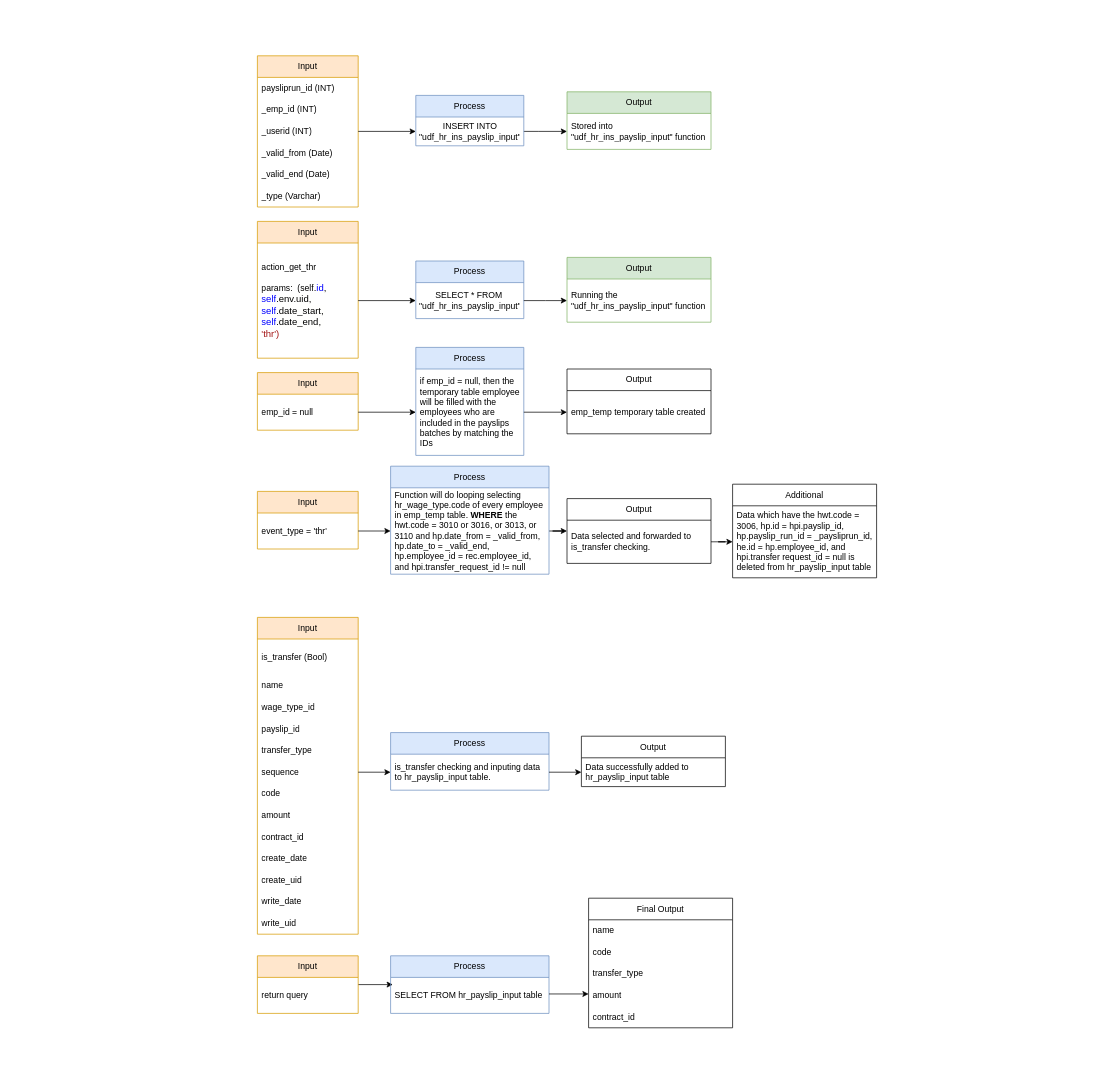
Above: IO payroll.drawio in jezreelkosasih/diagram (draw.io), before the change. Source tidied: cells renumbered, new cells numbered last; positions are measured from the earlier drawing's top-left corner, leaving out a move shared by most shapes. Both pictures are drawn from the tidied source at 72%, with x=0, y=0 at pixel (257, 55).
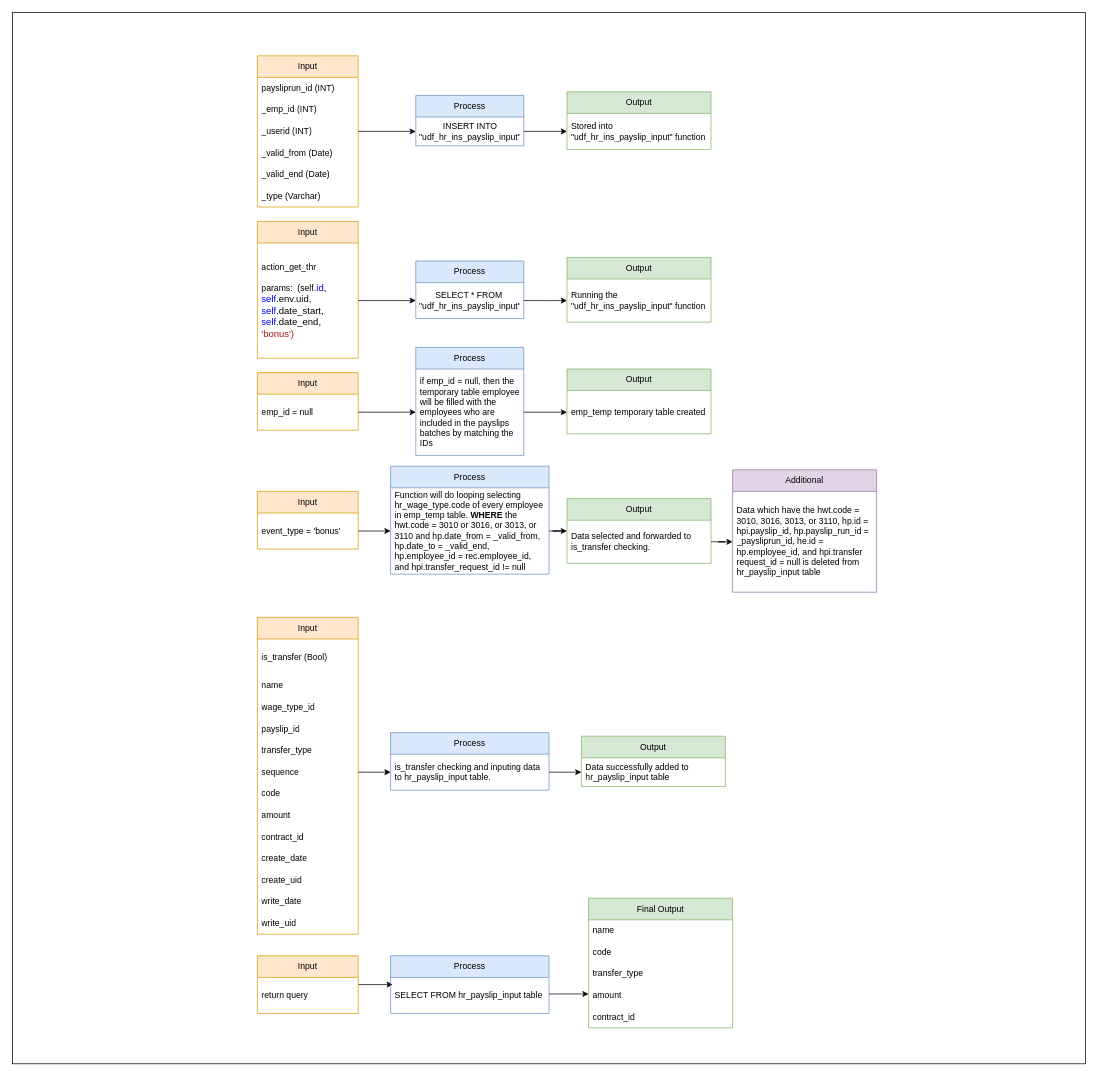
The same page after the edit.

Unchanged cells that the change refers to:
```xml
<mxCell id="14" value="Input" style="swimlane;fontStyle=0;horizontal=1;startSize=30;whiteSpace=wrap;html=1;fillColor=#ffe6cc;strokeColor=#d79b00;" parent="1" vertex="1">
  <mxGeometry y="230" width="140" height="190" as="geometry" />
</mxCell>
<mxCell id="29" value="Input" style="swimlane;fontStyle=0;horizontal=1;startSize=30;whiteSpace=wrap;html=1;fillColor=#ffe6cc;strokeColor=#d79b00;" parent="1" vertex="1">
  <mxGeometry y="605" width="140" height="80" as="geometry" />
</mxCell>
```

Change to the diagram source:
```diff
@@
-    <mxCell id="15" value="action_get_thr&lt;br&gt;&lt;br&gt;params:&amp;nbsp; (self&lt;span style=&quot;background-color: rgb(255, 255, 254); font-size: 13.2px;&quot;&gt;.&lt;/span&gt;&lt;span style=&quot;font-size: 13.2px; color: rgb(0, 0, 255);&quot;&gt;id&lt;/span&gt;&lt;span style=&quot;background-color: rgb(255, 255, 254); font-size: 13.2px;&quot;&gt;,&amp;nbsp;&lt;br&gt;&lt;/span&gt;&lt;span style=&quot;font-size: 13.2px; color: rgb(0, 0, 255);&quot;&gt;self&lt;/span&gt;&lt;span style=&quot;background-color: rgb(255, 255, 254); font-size: 13.2px;&quot;&gt;.env.uid,&amp;nbsp;&lt;br&gt;&lt;/span&gt;&lt;span style=&quot;font-size: 13.2px; color: rgb(0, 0, 255);&quot;&gt;self&lt;/span&gt;&lt;span style=&quot;background-color: rgb(255, 255, 254); font-size: 13.2px;&quot;&gt;.date_start,&amp;nbsp;&lt;br&gt;&lt;/span&gt;&lt;span style=&quot;font-size: 13.2px; color: rgb(0, 0, 255);&quot;&gt;self&lt;/span&gt;&lt;span style=&quot;background-color: rgb(255, 255, 254); font-size: 13.2px;&quot;&gt;.date_end,&amp;nbsp;&lt;br&gt;&lt;/span&gt;&lt;span style=&quot;font-size: 13.2px; color: rgb(163, 21, 21);&quot;&gt;'thr')&lt;/span&gt;" style="text;strokeColor=none;fillColor=none;align=left;verticalAlign=middle;spacingLeft=4;spacingRight=4;overflow=hidden;points=[[0,0.5],[1,0.5]];portConstraint=eastwest;whiteSpace=wrap;html=1;" parent="14" vertex="1">
+    <mxCell id="15" value="action_get_thr&lt;br&gt;&lt;br&gt;params:&amp;nbsp; (self&lt;span style=&quot;background-color: rgb(255, 255, 254); font-size: 13.2px;&quot;&gt;.&lt;/span&gt;&lt;span style=&quot;font-size: 13.2px; color: rgb(0, 0, 255);&quot;&gt;id&lt;/span&gt;&lt;span style=&quot;background-color: rgb(255, 255, 254); font-size: 13.2px;&quot;&gt;,&amp;nbsp;&lt;br&gt;&lt;/span&gt;&lt;span style=&quot;font-size: 13.2px; color: rgb(0, 0, 255);&quot;&gt;self&lt;/span&gt;&lt;span style=&quot;background-color: rgb(255, 255, 254); font-size: 13.2px;&quot;&gt;.env.uid,&amp;nbsp;&lt;br&gt;&lt;/span&gt;&lt;span style=&quot;font-size: 13.2px; color: rgb(0, 0, 255);&quot;&gt;self&lt;/span&gt;&lt;span style=&quot;background-color: rgb(255, 255, 254); font-size: 13.2px;&quot;&gt;.date_start,&amp;nbsp;&lt;br&gt;&lt;/span&gt;&lt;span style=&quot;font-size: 13.2px; color: rgb(0, 0, 255);&quot;&gt;self&lt;/span&gt;&lt;span style=&quot;background-color: rgb(255, 255, 254); font-size: 13.2px;&quot;&gt;.date_end,&amp;nbsp;&lt;br&gt;&lt;/span&gt;&lt;span style=&quot;font-size: 13.2px; color: rgb(163, 21, 21);&quot;&gt;'bonus')&lt;/span&gt;" style="text;strokeColor=none;fillColor=none;align=left;verticalAlign=middle;spacingLeft=4;spacingRight=4;overflow=hidden;points=[[0,0.5],[1,0.5]];portConstraint=eastwest;whiteSpace=wrap;html=1;" parent="14" vertex="1">
       <mxGeometry y="30" width="140" height="160" as="geometry" />
     </mxCell>
@@
-    <mxCell id="25" value="Output" style="swimlane;fontStyle=0;horizontal=1;startSize=30;whiteSpace=wrap;html=1;" parent="1" vertex="1">
+    <mxCell id="25" value="Output" style="swimlane;fontStyle=0;horizontal=1;startSize=30;whiteSpace=wrap;html=1;fillColor=#d5e8d4;strokeColor=#82b366;" parent="1" vertex="1">
       <mxGeometry x="430" y="435" width="200" height="90" as="geometry" />
     </mxCell>
@@
-    <mxCell id="30" value="event_type = 'thr'" style="text;strokeColor=none;fillColor=none;align=left;verticalAlign=middle;spacingLeft=4;spacingRight=4;overflow=hidden;points=[[0,0.5],[1,0.5]];portConstraint=eastwest;whiteSpace=wrap;html=1;" parent="29" vertex="1">
+    <mxCell id="30" value="event_type = 'bonus'" style="text;strokeColor=none;fillColor=none;align=left;verticalAlign=middle;spacingLeft=4;spacingRight=4;overflow=hidden;points=[[0,0.5],[1,0.5]];portConstraint=eastwest;whiteSpace=wrap;html=1;" parent="29" vertex="1">
       <mxGeometry y="30" width="140" height="50" as="geometry" />
     </mxCell>
@@
-    <mxCell id="32" value="Output" style="swimlane;fontStyle=0;horizontal=1;startSize=30;whiteSpace=wrap;html=1;" parent="1" vertex="1">
+    <mxCell id="32" value="Output" style="swimlane;fontStyle=0;horizontal=1;startSize=30;whiteSpace=wrap;html=1;fillColor=#d5e8d4;strokeColor=#82b366;" parent="1" vertex="1">
       <mxGeometry x="430" y="615" width="200" height="90" as="geometry" />
     </mxCell>
@@
-    <mxCell id="36" value="Additional" style="swimlane;fontStyle=0;horizontal=1;startSize=30;whiteSpace=wrap;html=1;" parent="1" vertex="1">
-      <mxGeometry x="660" y="595" width="200" height="130" as="geometry" />
+    <mxCell id="36" value="Additional" style="swimlane;fontStyle=0;horizontal=1;startSize=30;whiteSpace=wrap;html=1;fillColor=#e1d5e7;strokeColor=#9673a6;" parent="1" vertex="1">
+      <mxGeometry x="660" y="575" width="200" height="170" as="geometry" />
     </mxCell>
-    <mxCell id="37" value="Data which have the hwt.code = 3006, hp.id = hpi.payslip_id, hp.payslip_run_id = _paysliprun_id, he.id = hp.employee_id, and hpi.transfer request_id = null is deleted from hr_payslip_input table" style="text;strokeColor=none;fillColor=none;align=left;verticalAlign=middle;spacingLeft=4;spacingRight=4;overflow=hidden;points=[[0,0.5],[1,0.5]];portConstraint=eastwest;whiteSpace=wrap;html=1;" parent="36" vertex="1">
-      <mxGeometry y="30" width="200" height="100" as="geometry" />
+    <mxCell id="37" value="Data which have the hwt.code = 3010, 3016, 3013, or 3110, hp.id = hpi.payslip_id, hp.payslip_run_id = _paysliprun_id, he.id = hp.employee_id, and hpi.transfer request_id = null is deleted from hr_payslip_input table" style="text;strokeColor=none;fillColor=none;align=left;verticalAlign=middle;spacingLeft=4;spacingRight=4;overflow=hidden;points=[[0,0.5],[1,0.5]];portConstraint=eastwest;whiteSpace=wrap;html=1;" parent="36" vertex="1">
+      <mxGeometry y="30" width="200" height="140" as="geometry" />
     </mxCell>
@@
-    <mxCell id="52" value="Output" style="swimlane;fontStyle=0;horizontal=1;startSize=30;whiteSpace=wrap;html=1;" parent="1" vertex="1">
+    <mxCell id="52" value="Output" style="swimlane;fontStyle=0;horizontal=1;startSize=30;whiteSpace=wrap;html=1;fillColor=#d5e8d4;strokeColor=#82b366;" parent="1" vertex="1">
       <mxGeometry x="450" y="945" width="200" height="70" as="geometry" />
     </mxCell>
@@
-    <mxCell id="56" value="Final Output" style="swimlane;fontStyle=0;horizontal=1;startSize=30;whiteSpace=wrap;html=1;" parent="1" vertex="1">
+    <mxCell id="56" value="Final Output" style="swimlane;fontStyle=0;horizontal=1;startSize=30;whiteSpace=wrap;html=1;fillColor=#d5e8d4;strokeColor=#82b366;" parent="1" vertex="1">
       <mxGeometry x="460" y="1170" width="200" height="180" as="geometry" />
     </mxCell>
@@
+    <mxCell id="74" style="rounded=0;whiteSpace=wrap;html=1;fontFamily=Helvetica;fillColor=none;" parent="1" vertex="1">
+      <mxGeometry x="-340" y="-60" width="1490" height="1460" as="geometry" />
+    </mxCell>
```
